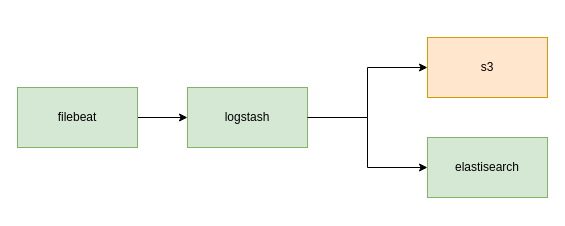
Before: docs/projects/_image/logging-pipeline-old.drawio in laileman/laileman.github.io, a draw.io diagram. Source tidied: cells renumbered, new cells numbered last; positions are measured from the earlier drawing's top-left corner, leaving out a move shared by most shapes. Both pictures are drawn from the tidied source at 100%, with x=0, y=0 at pixel (17, 37).
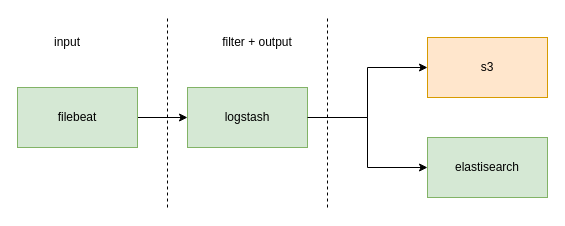
The same diagram, later.

Commit message:
update logging-pipeline old

Change to the diagram source:
```diff
@@
 <mxGraphModel>
   <root>
     <mxCell id="0" />
     <mxCell id="1" parent="0" />
     <mxCell id="2" style="edgeStyle=orthogonalEdgeStyle;rounded=0;jettySize=auto;html=1;" parent="1" edge="1" source="3" target="5">
       <mxGeometry relative="1" as="geometry" />
     </mxCell>
     <mxCell id="3" value="filebeat" style="rounded=0;whiteSpace=wrap;html=1;fillColor=#d5e8d4;strokeColor=#82b366;" parent="1" vertex="1">
       <mxGeometry y="50" width="120" height="60" as="geometry" />
     </mxCell>
     <mxCell id="4" style="edgeStyle=orthogonalEdgeStyle;rounded=0;jettySize=auto;html=1;entryX=0;entryY=0.5;entryDx=0;entryDy=0;" parent="1" edge="1" source="5" target="6">
       <mxGeometry relative="1" as="geometry" />
     </mxCell>
     <mxCell id="5" value="logstash" style="rounded=0;whiteSpace=wrap;html=1;fillColor=#d5e8d4;strokeColor=#82b366;" parent="1" vertex="1">
       <mxGeometry x="170" y="50" width="120" height="60" as="geometry" />
     </mxCell>
     <mxCell id="6" value="s3" style="whiteSpace=wrap;html=1;rounded=0;fillColor=#ffe6cc;strokeColor=#d79b00;" parent="1" vertex="1">
       <mxGeometry x="410" width="120" height="60" as="geometry" />
     </mxCell>
     <mxCell id="7" value="elastisearch" style="whiteSpace=wrap;html=1;rounded=0;fillColor=#d5e8d4;strokeColor=#82b366;" parent="1" vertex="1">
       <mxGeometry x="410" y="100" width="120" height="60" as="geometry" />
     </mxCell>
     <mxCell id="8" style="edgeStyle=orthogonalEdgeStyle;rounded=0;jettySize=auto;html=1;entryX=0;entryY=0.5;entryDx=0;entryDy=0;" parent="1" edge="1" source="5" target="7">
       <mxGeometry relative="1" as="geometry" />
     </mxCell>
+    <mxCell id="9" style="endArrow=none;dashed=1;html=1;rounded=0;" parent="1" edge="1">
+      <mxGeometry relative="1" as="geometry">
+        <mxPoint x="150" y="170" as="sourcePoint" />
+        <mxPoint x="150" y="-20" as="targetPoint" />
+      </mxGeometry>
+    </mxCell>
+    <mxCell id="10" style="endArrow=none;dashed=1;html=1;rounded=0;" parent="1" edge="1">
+      <mxGeometry relative="1" as="geometry">
+        <mxPoint x="310" y="170" as="sourcePoint" />
+        <mxPoint x="310" y="-20" as="targetPoint" />
+      </mxGeometry>
+    </mxCell>
+    <mxCell id="11" value="input" style="text;html=1;align=center;verticalAlign=middle;whiteSpace=wrap;rounded=0;" parent="1" vertex="1">
+      <mxGeometry x="20" y="-10" width="60" height="30" as="geometry" />
+    </mxCell>
+    <mxCell id="12" value="filter + output" style="text;html=1;align=center;verticalAlign=middle;whiteSpace=wrap;rounded=0;" parent="1" vertex="1">
+      <mxGeometry x="200" y="-10" width="80" height="30" as="geometry" />
+    </mxCell>
   </root>
 </mxGraphModel>
```
